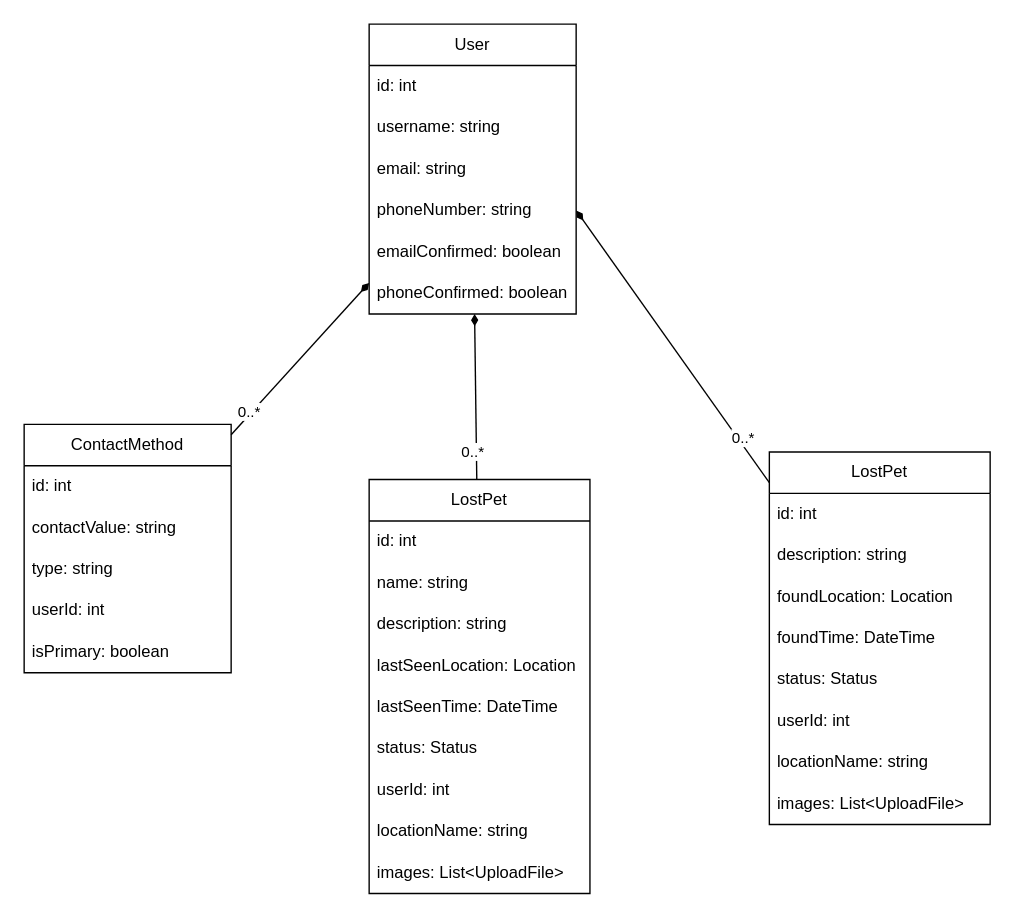
This is Sơ đồ lớp.drawio from TranSiTien/anchor-fetch-idl-history, a draw.io file, before an edit. Source tidied: cells renumbered, new cells numbered last; positions are measured from the earlier drawing's top-left corner, leaving out a move shared by most shapes. Both pictures are drawn from the tidied source at 138%, with x=0, y=0 at pixel (23, 23).
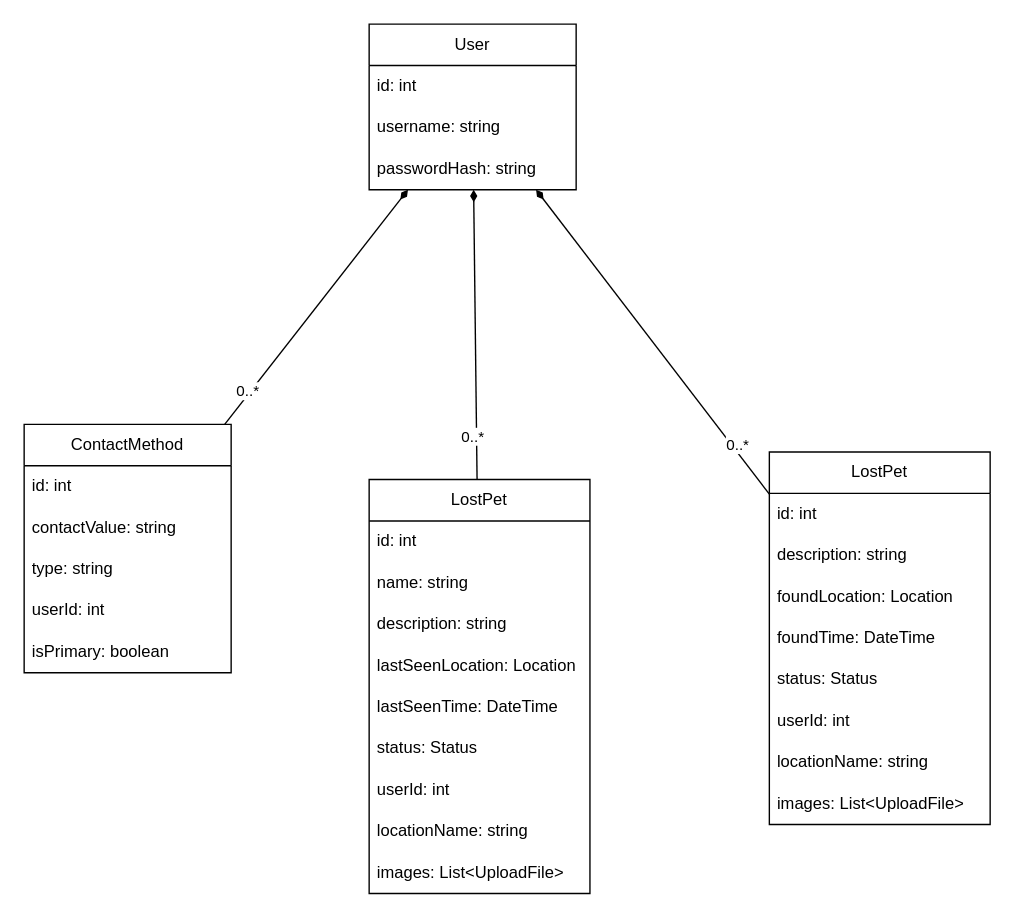
The same diagram, later.

Unchanged cells that the change refers to:
```xml
<mxCell id="25" value="LostPet" style="swimlane;fontStyle=0;horizontal=1;startSize=30;whiteSpace=wrap;html=1;" parent="1" vertex="1">
  <mxGeometry x="540" y="310" width="160" height="270" as="geometry" />
</mxCell>
```

Change to the diagram source:
```diff
@@
     <mxCell id="2" value="User" style="swimlane;fontStyle=0;horizontal=1;startSize=30;whiteSpace=wrap;html=1;" parent="1" vertex="1">
-      <mxGeometry x="250" width="150" height="210" as="geometry" />
+      <mxGeometry x="250" width="150" height="120" as="geometry" />
     </mxCell>
@@
-    <mxCell id="5" value="email: string" style="text;strokeColor=none;fillColor=none;align=left;verticalAlign=middle;spacingLeft=4;spacingRight=4;overflow=hidden;whiteSpace=wrap;html=1;" parent="2" vertex="1">
-      <mxGeometry y="90" width="150" height="30" as="geometry" />
-    </mxCell>
-    <mxCell id="6" value="phoneNumber: string" style="text;strokeColor=none;fillColor=none;align=left;verticalAlign=middle;spacingLeft=4;spacingRight=4;overflow=hidden;points=[[0,0.5],[1,0.5]];portConstraint=eastwest;whiteSpace=wrap;html=1;" parent="2" vertex="1">
-      <mxGeometry y="120" width="150" height="30" as="geometry" />
-    </mxCell>
-    <mxCell id="7" value="emailConfirmed: boolean" style="text;strokeColor=none;fillColor=none;align=left;verticalAlign=middle;spacingLeft=4;spacingRight=4;overflow=hidden;whiteSpace=wrap;html=1;" parent="2" vertex="1">
-      <mxGeometry y="150" width="150" height="30" as="geometry" />
-    </mxCell>
-    <mxCell id="8" value="phoneConfirmed: boolean" style="text;strokeColor=none;fillColor=none;align=left;verticalAlign=middle;spacingLeft=4;spacingRight=4;overflow=hidden;whiteSpace=wrap;html=1;" parent="2" vertex="1">
-      <mxGeometry y="180" width="150" height="30" as="geometry" />
-    </mxCell>
+    <mxCell id="40" value="passwordHash: string" style="text;strokeColor=none;fillColor=none;align=left;verticalAlign=middle;spacingLeft=4;spacingRight=4;overflow=hidden;whiteSpace=wrap;html=1;" parent="2" vertex="1">
+      <mxGeometry y="90" width="150" height="30" as="geometry" />
+    </mxCell>
@@
-    <mxCell id="36" style="endArrow=none;html=1;rounded=0;startArrow=diamondThin;startFill=1;exitX=1;exitY=0.5;exitDx=0;exitDy=0;" parent="1" edge="1" source="6" target="25">
+    <mxCell id="36" style="endArrow=none;html=1;rounded=0;startArrow=diamondThin;startFill=1;" parent="1" edge="1" source="2" target="25">
       <mxGeometry relative="1" as="geometry" />
     </mxCell>
```
